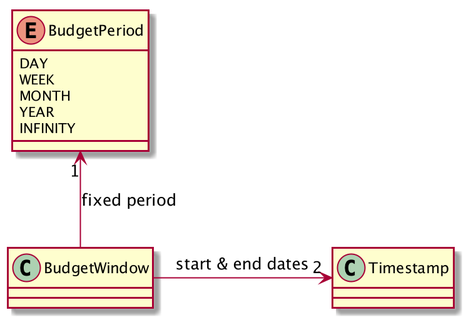
This is docs/images/BudgetWindowClassDiagram.png from nus-cs2103-AY1920S1/addressbook-level3, a PlantUML export, as it was before one commit. Source of this version:
```plantuml
@startuml

class BudgetWindow {
}

class Timestamp

enum BudgetPeriod {
DAY
WEEK
MONTH
YEAR
INFINITY
}

BudgetWindow -right-> "2" Timestamp : start & end dates
BudgetWindow -up-> "1" BudgetPeriod : fixed period

@enduml
```
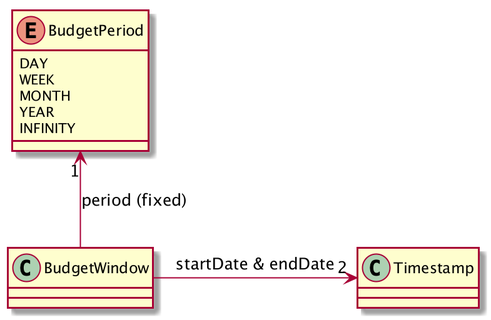
Above is the later version.

Diff of the diagram source:
```diff
@@ -13,7 +13,7 @@
 INFINITY
 }
 
-BudgetWindow -right-> "2" Timestamp : start & end dates
-BudgetWindow -up-> "1" BudgetPeriod : fixed period
+BudgetWindow -right-> "2" Timestamp : startDate & endDate
+BudgetWindow -up-> "1" BudgetPeriod : period (fixed)
 
 @enduml
```
